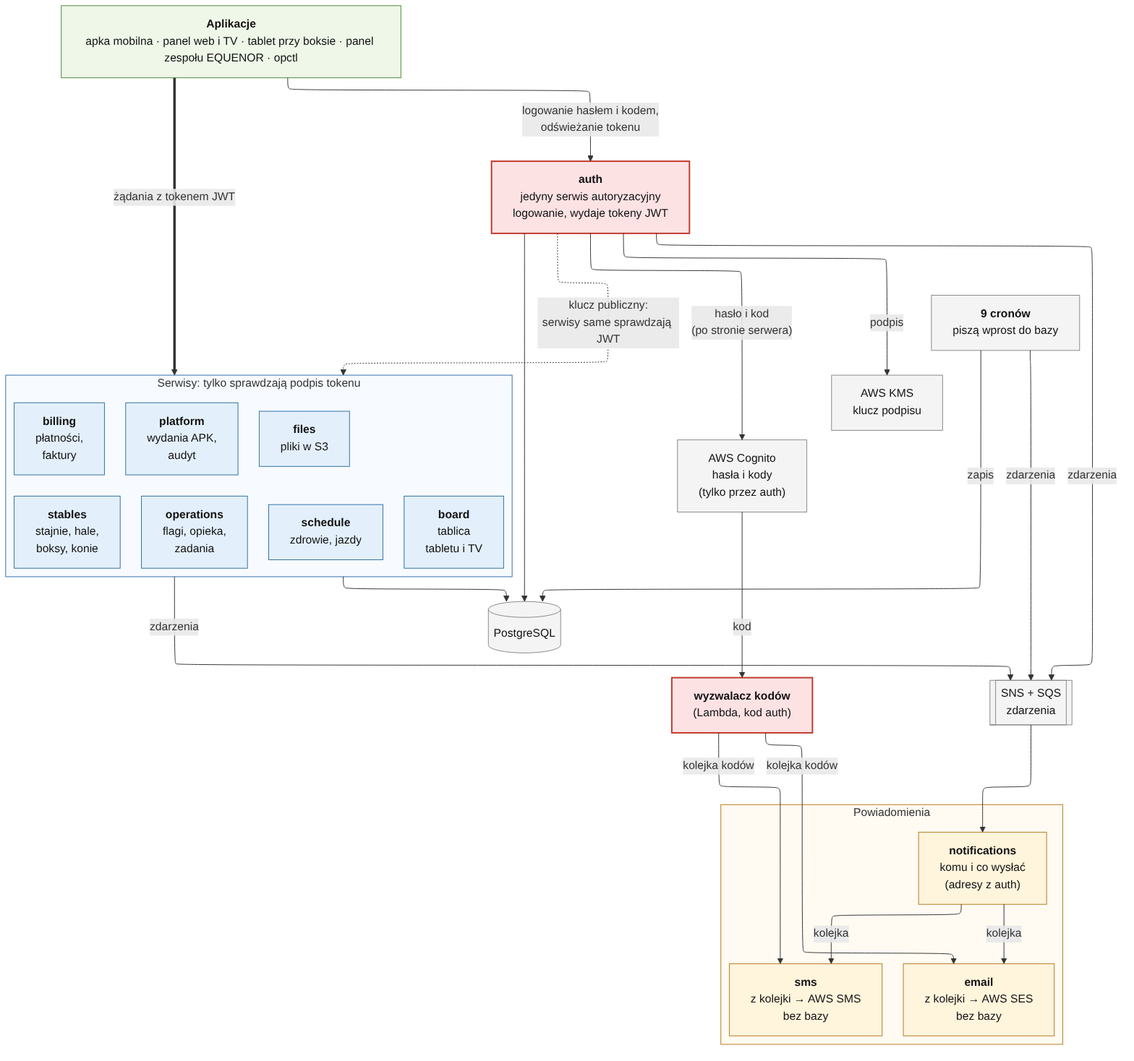
Earlier version of the Mermaid export docs/mikroserwisy/uslugi.png (ClewlerStudent/KonskaAppka). Its source is kept beside it as docs/mikroserwisy/uslugi.mmd.
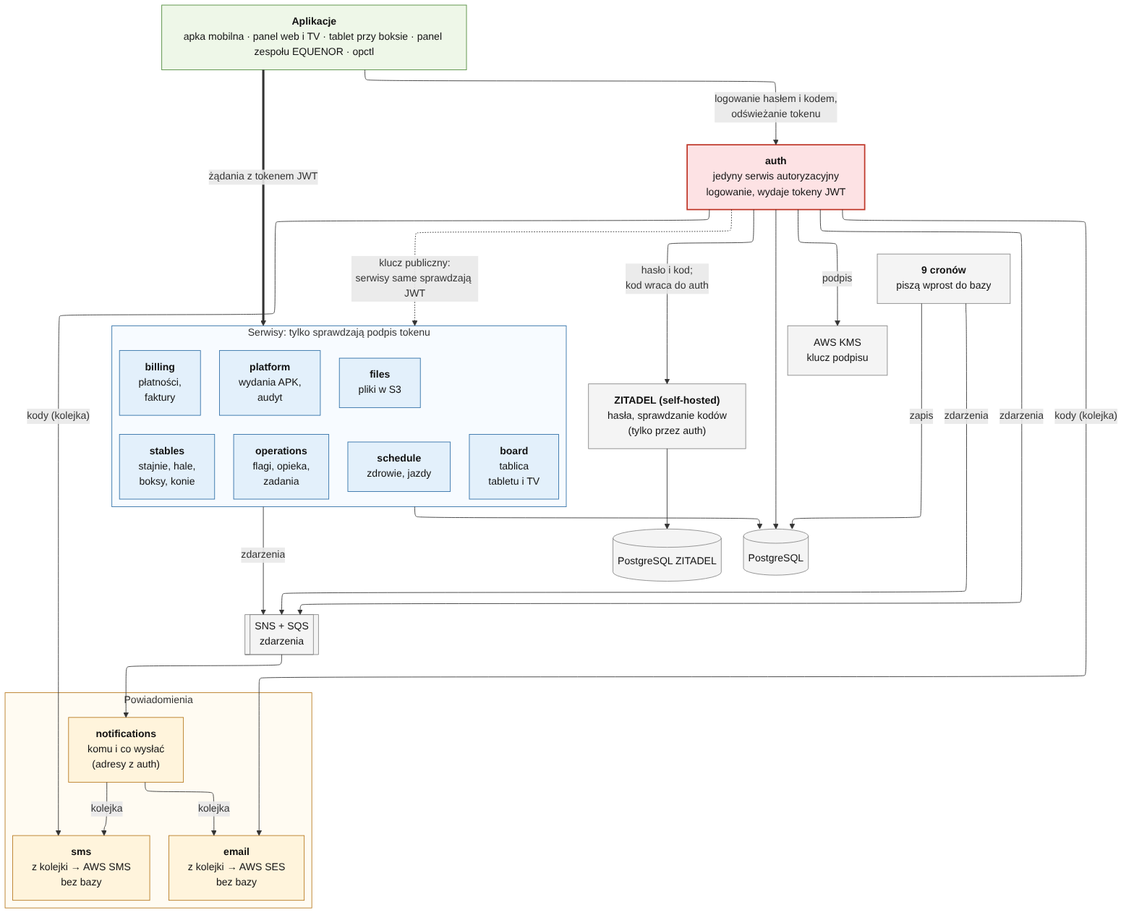
After the commit.

Diff of the diagram source:
```diff
@@ -2,9 +2,9 @@
 flowchart TB
     APPS["<b>Aplikacje</b><br/>apka mobilna · panel web i TV · tablet przy boksie · panel zespołu EQUENOR · opctl"]
 
-    COG["AWS Cognito<br/>hasła i kody<br/>(tylko przez auth)"]
+    ZIT["<b>ZITADEL (self-hosted)</b><br/>hasła, sprawdzanie kodów<br/>(tylko przez auth)"]
+    ZDB[("PostgreSQL ZITADEL")]
     AUTH["<b>auth</b><br/>jedyny serwis autoryzacyjny<br/>logowanie, wydaje tokeny JWT"]
-    CODES["<b>wyzwalacz kodów</b><br/>(Lambda, kod auth)"]
     KMS["AWS KMS<br/>klucz podpisu"]
 
     subgraph DOM["Serwisy: tylko sprawdzają podpis tokenu"]
@@ -32,7 +32,8 @@
     end
 
     APPS -- "logowanie hasłem i kodem,<br/>odświeżanie tokenu" --> AUTH
-    AUTH -- "hasło i kod<br/>(po stronie serwera)" --> COG
+    AUTH -- "hasło i kod;<br/>kod wraca do auth" --> ZIT
+    ZIT --> ZDB
     APPS == "żądania z tokenem JWT" ==> DOM
     AUTH -- "podpis" --> KMS
     AUTH -. "klucz publiczny:<br/>serwisy same sprawdzają JWT" .-> DOM
@@ -45,19 +46,18 @@
     BUS --> notifications
     notifications -- "kolejka" --> sms
     notifications -- "kolejka" --> email
-    COG -- "kod" --> CODES
-    CODES -- "kolejka kodów" --> sms
-    CODES -- "kolejka kodów" --> email
+    AUTH -- "kody (kolejka)" --> sms
+    AUTH -- "kody (kolejka)" --> email
 
     classDef authc fill:#fde2e4,stroke:#c0392b,stroke-width:2px,color:#111
     classDef svc fill:#e3f0fb,stroke:#2f6fa7,color:#111
     classDef ntf fill:#fff4dc,stroke:#b7791f,color:#111
     classDef cli fill:#eef7e8,stroke:#4f8a3a,color:#111
     classDef ext fill:#f4f4f4,stroke:#888,color:#111
-    class AUTH,CODES authc
+    class AUTH authc
     class stables,operations,schedule,board,billing,platform,files svc
     class notifications,sms,email ntf
     class APPS cli
-    class COG,KMS,DB,BUS,CRON ext
+    class ZIT,ZDB,KMS,DB,BUS,CRON ext
     style DOM fill:#f7fbff,stroke:#2f6fa7
     style NOTE fill:#fffbf2,stroke:#b7791f
```
